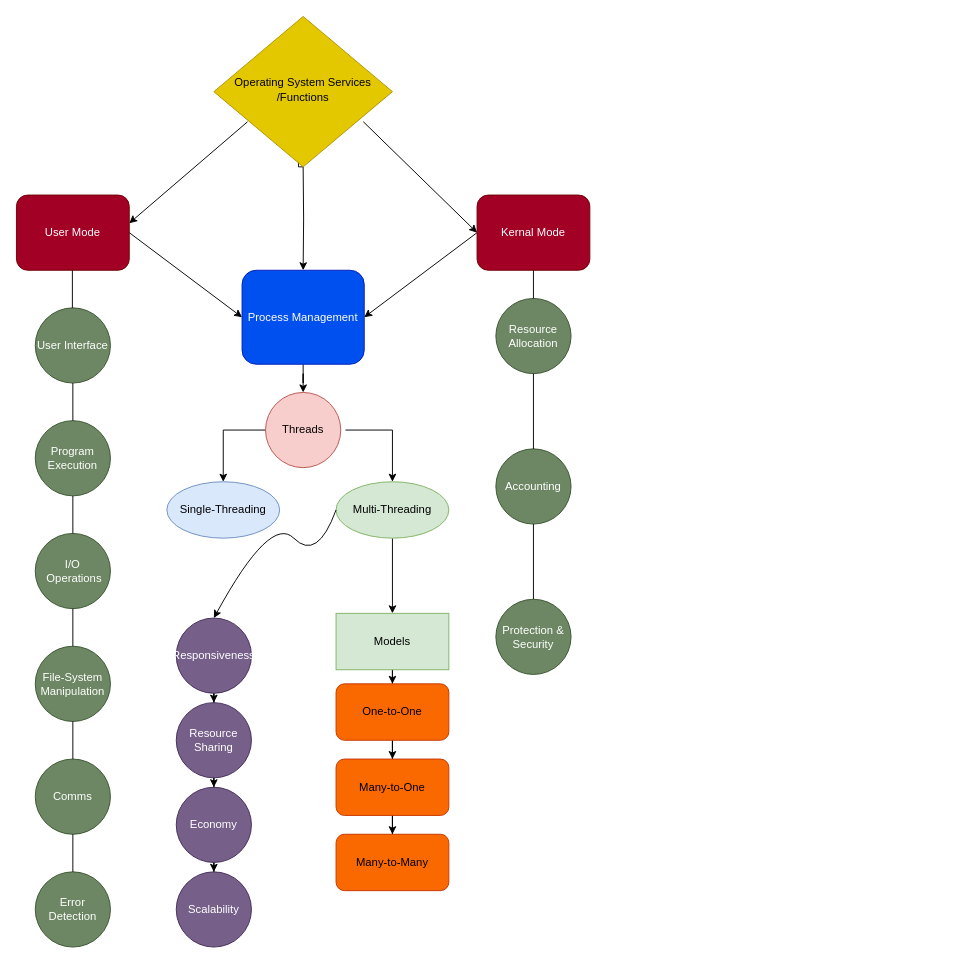
Earlier version of the draw.io diagram Untitled Diagram.drawio (GroovyDrew93/crypto). Source tidied: cells renumbered, new cells numbered last; positions are measured from the earlier drawing's top-left corner, leaving out a move shared by most shapes. Both pictures are drawn from the tidied source at 94%, with x=0, y=0 at pixel (16, 16).
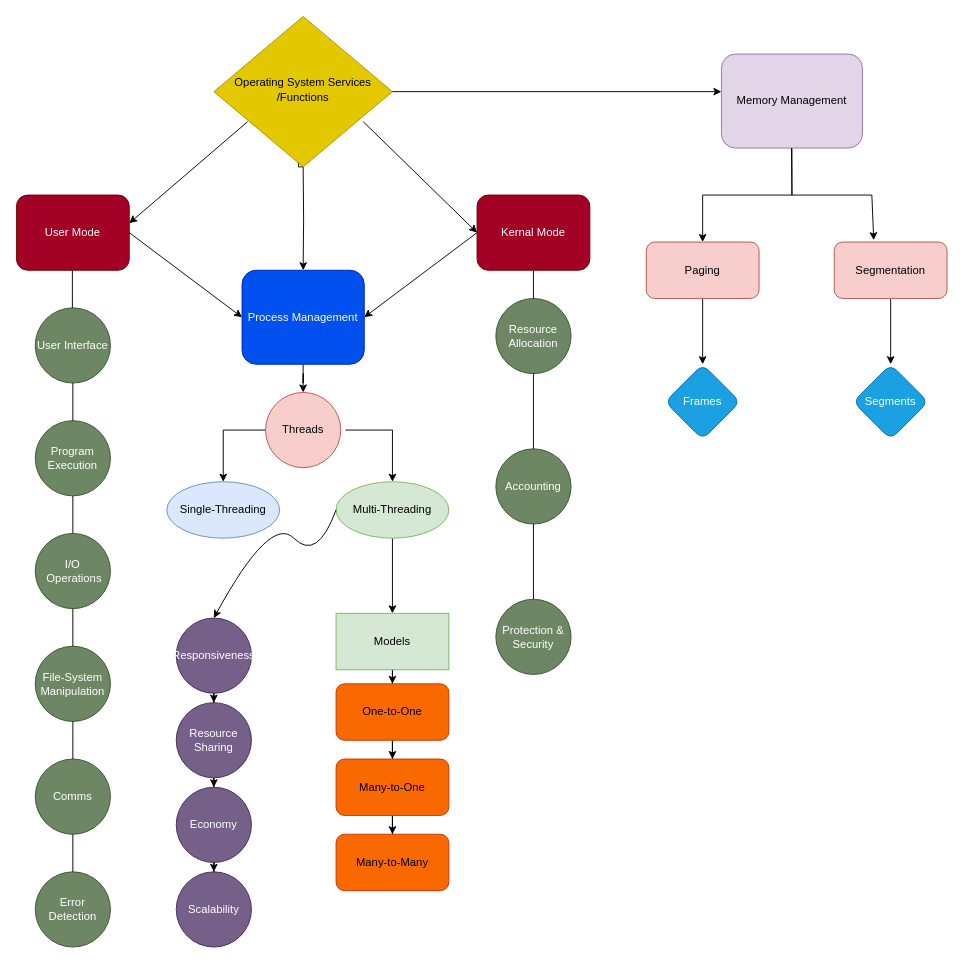
Above is the later version.

Unchanged cells that the change refers to:
```xml
<mxCell id="5" value="Operating System Services&lt;br&gt;/Functions" style="rhombus;whiteSpace=wrap;html=1;shadow=0;fontFamily=Helvetica;fontSize=12;align=center;strokeWidth=1;spacing=6;spacingTop=-4;fillColor=#e3c800;fontColor=#000000;strokeColor=#B09500;" parent="1" vertex="1">
  <mxGeometry x="210" width="190" height="160" as="geometry" />
</mxCell>
```

What changed in the source:
```diff
@@
+    <mxCell id="52" style="endArrow=classic;html=1;rounded=0;exitX=1;exitY=0.5;exitDx=0;exitDy=0;" parent="1" edge="1" source="5">
+      <mxGeometry relative="1" as="geometry">
+        <mxPoint x="750" y="80" as="targetPoint" />
+      </mxGeometry>
+    </mxCell>
+    <mxCell id="53" style="edgeStyle=orthogonalEdgeStyle;rounded=0;jettySize=auto;html=1;" parent="1" edge="1" source="54" target="56">
+      <mxGeometry relative="1" as="geometry" />
+    </mxCell>
+    <mxCell id="54" value="Memory Management" style="rounded=1;whiteSpace=wrap;html=1;fillColor=#e1d5e7;strokeColor=#9673a6;" parent="1" vertex="1">
+      <mxGeometry x="750" y="40" width="150" height="100" as="geometry" />
+    </mxCell>
+    <mxCell id="55" style="edgeStyle=orthogonalEdgeStyle;rounded=0;jettySize=auto;html=1;" parent="1" edge="1" source="56" target="60">
+      <mxGeometry relative="1" as="geometry" />
+    </mxCell>
+    <mxCell id="56" value="Paging" style="whiteSpace=wrap;html=1;rounded=1;fillColor=#f8cecc;strokeColor=#b85450;" parent="1" vertex="1">
+      <mxGeometry x="670" y="240" width="120" height="60" as="geometry" />
+    </mxCell>
+    <mxCell id="57" style="edgeStyle=orthogonalEdgeStyle;rounded=0;jettySize=auto;html=1;" parent="1" edge="1" source="58" target="61">
+      <mxGeometry relative="1" as="geometry" />
+    </mxCell>
+    <mxCell id="58" value="Segmentation" style="rounded=1;whiteSpace=wrap;html=1;fillColor=#f8cecc;strokeColor=#b85450;" parent="1" vertex="1">
+      <mxGeometry x="870" y="240" width="120" height="60" as="geometry" />
+    </mxCell>
+    <mxCell id="59" style="endArrow=classic;html=1;rounded=0;entryX=0.35;entryY=-0.033;entryDx=0;entryDy=0;entryPerimeter=0;" parent="1" edge="1" target="58">
+      <mxGeometry relative="1" as="geometry">
+        <mxPoint x="824.5" y="140" as="sourcePoint" />
+        <Array as="points">
+          <mxPoint x="825" y="190" />
+          <mxPoint x="910" y="190" />
+        </Array>
+      </mxGeometry>
+    </mxCell>
+    <mxCell id="60" value="Frames" style="rhombus;whiteSpace=wrap;html=1;fillColor=#1ba1e2;strokeColor=#006EAF;rounded=1;fontColor=#ffffff;" parent="1" vertex="1">
+      <mxGeometry x="690" y="370" width="80" height="80" as="geometry" />
+    </mxCell>
+    <mxCell id="61" value="Segments" style="rhombus;whiteSpace=wrap;html=1;fillColor=#1ba1e2;strokeColor=#006EAF;rounded=1;fontColor=#ffffff;" parent="1" vertex="1">
+      <mxGeometry x="890" y="370" width="80" height="80" as="geometry" />
+    </mxCell>
```
